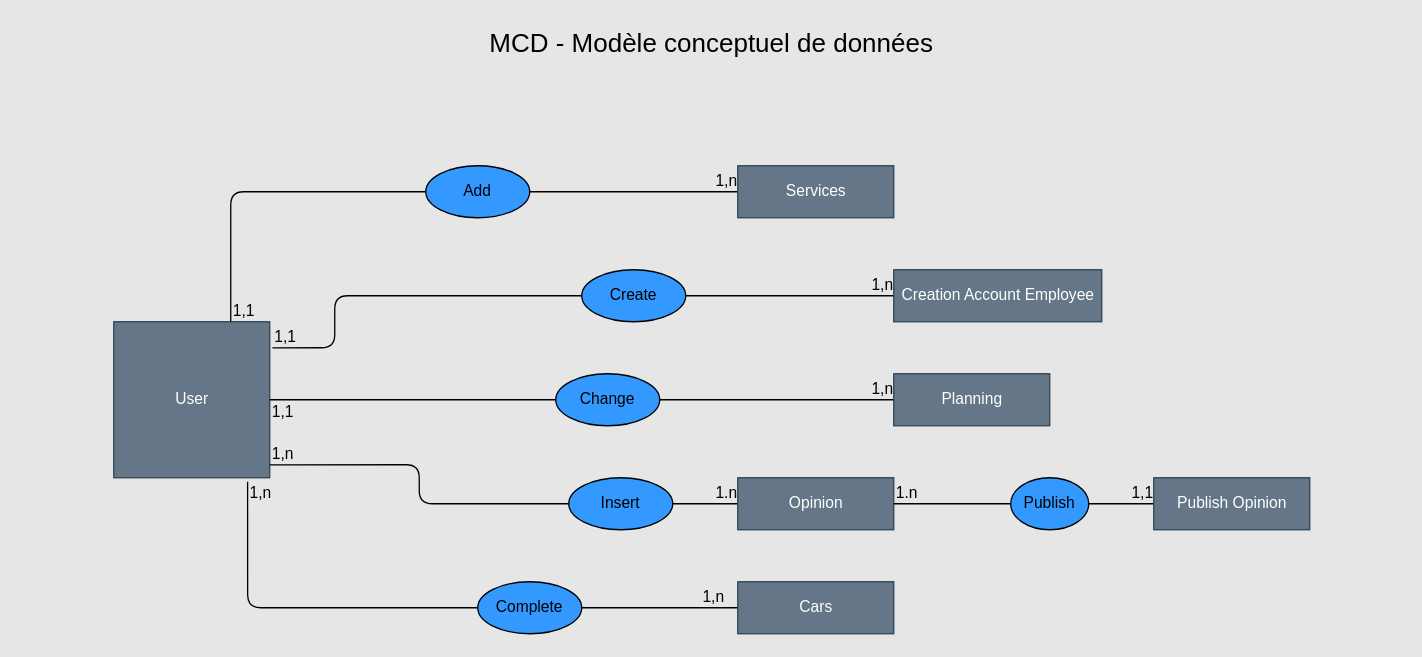
Earlier version of the draw.io diagram Diagrammes/MCD.drawio (Neeruam244/garageparrot). Source tidied: cells renumbered, new cells numbered last; positions are measured from the earlier drawing's top-left corner, leaving out a move shared by most shapes. Both pictures are drawn from the tidied source at 130%, with x=0, y=0 at pixel (22, 22).
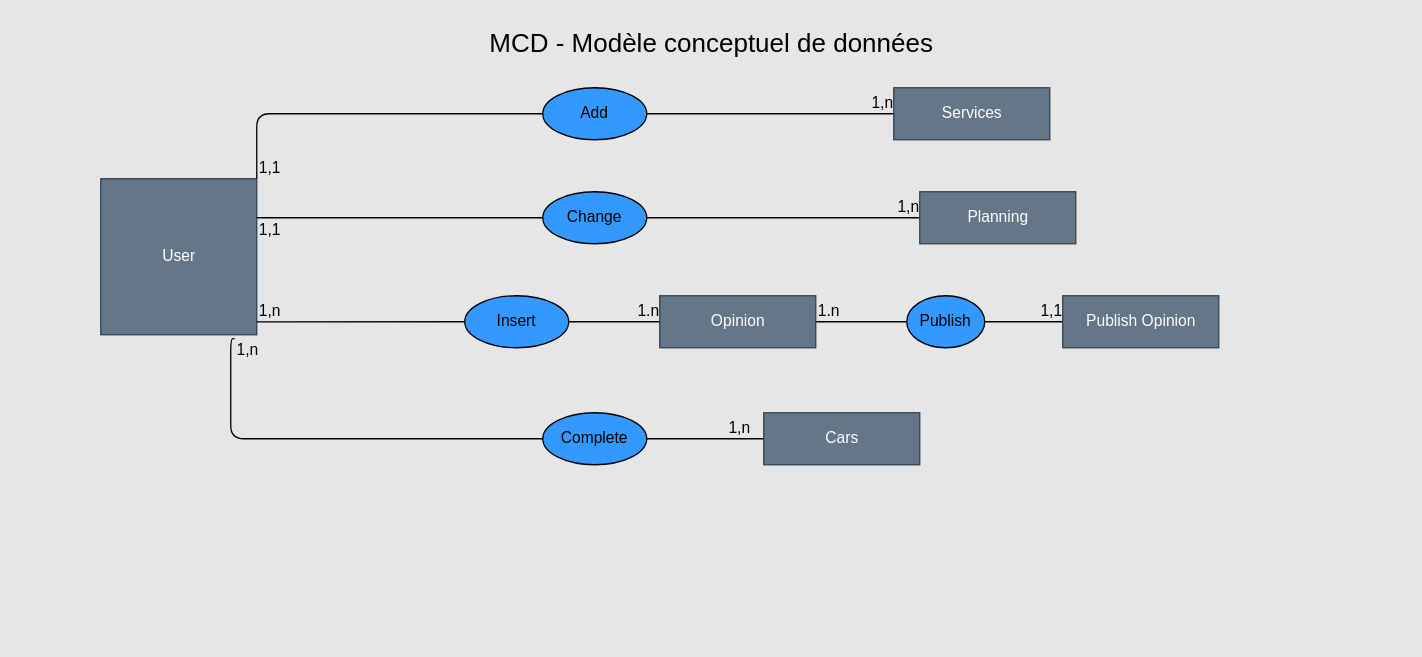
After the change.

Change to the diagram source:
```diff
@@
-    <mxCell id="7" style="endArrow=none;html=1;edgeStyle=orthogonalEdgeStyle;strokeColor=#000000;entryX=0;entryY=0.5;entryDx=0;entryDy=0;exitX=1;exitY=0.5;exitDx=0;exitDy=0;startArrow=none;" parent="1" edge="1" source="36" target="18">
-      <mxGeometry relative="1" as="geometry" />
-    </mxCell>
-    <mxCell id="8" value="1,n" style="edgeLabel;html=1;align=right;verticalAlign=bottom;labelBackgroundColor=none;fontColor=#000000;fontSize=12;" parent="7" vertex="1">
-      <mxGeometry x="1" relative="1" as="geometry" />
-    </mxCell>
@@
     <mxCell id="15" value="User" style="html=1;labelBackgroundColor=none;fontColor=#ffffff;fillColor=#647687;strokeColor=#314354;" parent="1" vertex="1">
-      <mxGeometry x="70" y="230" width="120" height="120" as="geometry" />
+      <mxGeometry x="60" y="120" width="120" height="120" as="geometry" />
     </mxCell>
     <mxCell id="16" value="Services" style="html=1;labelBackgroundColor=none;fontColor=#ffffff;fillColor=#647687;strokeColor=#314354;" parent="1" vertex="1">
-      <mxGeometry x="550" y="110" width="120" height="40" as="geometry" />
+      <mxGeometry x="670" y="50" width="120" height="40" as="geometry" />
     </mxCell>
     <mxCell id="17" value="Planning" style="html=1;labelBackgroundColor=none;fontColor=#ffffff;fillColor=#647687;strokeColor=#314354;" parent="1" vertex="1">
-      <mxGeometry x="670" y="270" width="120" height="40" as="geometry" />
+      <mxGeometry x="690" y="130" width="120" height="40" as="geometry" />
     </mxCell>
-    <mxCell id="18" value="Creation Account Employee" style="html=1;labelBackgroundColor=none;fontColor=#ffffff;fillColor=#647687;strokeColor=#314354;" parent="1" vertex="1">
-      <mxGeometry x="670" y="190" width="160" height="40" as="geometry" />
-    </mxCell>
     <mxCell id="19" value="Opinion" style="html=1;labelBackgroundColor=none;fontColor=#ffffff;fillColor=#647687;strokeColor=#314354;" parent="1" vertex="1">
-      <mxGeometry x="550" y="350" width="120" height="40" as="geometry" />
+      <mxGeometry x="490" y="210" width="120" height="40" as="geometry" />
     </mxCell>
     <mxCell id="20" value="Publish Opinion" style="html=1;labelBackgroundColor=none;fontColor=#ffffff;fillColor=#647687;strokeColor=#314354;" parent="1" vertex="1">
-      <mxGeometry x="870" y="350" width="120" height="40" as="geometry" />
+      <mxGeometry x="800" y="210" width="120" height="40" as="geometry" />
     </mxCell>
     <mxCell id="21" value="Cars" style="html=1;labelBackgroundColor=none;fontColor=#ffffff;fillColor=#647687;strokeColor=#314354;" parent="1" vertex="1">
-      <mxGeometry x="550" y="430" width="120" height="40" as="geometry" />
+      <mxGeometry x="570" y="300" width="120" height="40" as="geometry" />
     </mxCell>
-    <mxCell id="22" style="endArrow=none;html=1;edgeStyle=orthogonalEdgeStyle;strokeColor=#000000;exitX=0.75;exitY=0;exitDx=0;exitDy=0;entryX=0;entryY=0.5;entryDx=0;entryDy=0;" parent="1" edge="1" source="15" target="24">
+    <mxCell id="22" style="endArrow=none;html=1;edgeStyle=orthogonalEdgeStyle;strokeColor=#000000;entryX=0;entryY=0.5;entryDx=0;entryDy=0;exitX=1;exitY=0;exitDx=0;exitDy=0;" parent="1" edge="1" source="15" target="24">
       <mxGeometry relative="1" as="geometry">
         <Array as="points">
-          <mxPoint x="160" y="130" />
+          <mxPoint x="180" y="70" />
         </Array>
       </mxGeometry>
     </mxCell>
@@
     <mxCell id="24" value="Add" style="ellipse;whiteSpace=wrap;html=1;labelBackgroundColor=none;fontColor=#000000;fillColor=#3399FF;" parent="1" vertex="1">
-      <mxGeometry x="310" y="110" width="80" height="40" as="geometry" />
+      <mxGeometry x="400" y="50" width="80" height="40" as="geometry" />
     </mxCell>
-    <mxCell id="25" style="endArrow=none;html=1;edgeStyle=orthogonalEdgeStyle;strokeColor=#000000;entryX=0;entryY=0.5;entryDx=0;entryDy=0;exitX=1;exitY=0.5;exitDx=0;exitDy=0;" parent="1" edge="1" source="15" target="27">
+    <mxCell id="25" style="endArrow=none;html=1;edgeStyle=orthogonalEdgeStyle;strokeColor=#000000;entryX=0;entryY=0.5;entryDx=0;entryDy=0;exitX=1;exitY=0.25;exitDx=0;exitDy=0;" parent="1" edge="1" source="15" target="27">
       <mxGeometry relative="1" as="geometry" />
     </mxCell>
@@
     <mxCell id="27" value="Change" style="ellipse;whiteSpace=wrap;html=1;labelBackgroundColor=none;fontColor=#000000;fillColor=#3399FF;" parent="1" vertex="1">
-      <mxGeometry x="410" y="270" width="80" height="40" as="geometry" />
+      <mxGeometry x="400" y="130" width="80" height="40" as="geometry" />
     </mxCell>
@@
     <mxCell id="30" value="Insert" style="ellipse;whiteSpace=wrap;html=1;labelBackgroundColor=none;fontColor=#000000;fillColor=#3399FF;" parent="1" vertex="1">
-      <mxGeometry x="420" y="350" width="80" height="40" as="geometry" />
+      <mxGeometry x="340" y="210" width="80" height="40" as="geometry" />
     </mxCell>
     <mxCell id="31" style="endArrow=none;html=1;edgeStyle=orthogonalEdgeStyle;strokeColor=#000000;fontColor=#000000;exitX=0.858;exitY=1.025;exitDx=0;exitDy=0;exitPerimeter=0;entryX=0;entryY=0.5;entryDx=0;entryDy=0;" parent="1" edge="1" source="15" target="33">
       <mxGeometry relative="1" as="geometry">
         <Array as="points">
-          <mxPoint x="173" y="450" />
+          <mxPoint x="160" y="243" />
+          <mxPoint x="160" y="320" />
         </Array>
       </mxGeometry>
     </mxCell>
@@
     <mxCell id="33" value="Complete" style="ellipse;whiteSpace=wrap;html=1;labelBackgroundColor=none;fontColor=#000000;fillColor=#3399FF;" parent="1" vertex="1">
-      <mxGeometry x="350" y="430" width="80" height="40" as="geometry" />
+      <mxGeometry x="400" y="300" width="80" height="40" as="geometry" />
     </mxCell>
-    <mxCell id="34" style="endArrow=none;html=1;edgeStyle=orthogonalEdgeStyle;strokeColor=#000000;entryX=0;entryY=0.5;entryDx=0;entryDy=0;exitX=1.017;exitY=0.167;exitDx=0;exitDy=0;exitPerimeter=0;" parent="1" edge="1" source="15" target="36">
-      <mxGeometry relative="1" as="geometry">
-        <Array as="points">
-          <mxPoint x="240" y="250" />
-          <mxPoint x="240" y="210" />
-        </Array>
-      </mxGeometry>
-    </mxCell>
-    <mxCell id="35" value="1,1" style="edgeLabel;html=1;align=left;verticalAlign=bottom;labelBackgroundColor=none;fontColor=#000000;fontSize=12;" parent="34" vertex="1">
-      <mxGeometry x="-1" relative="1" as="geometry" />
-    </mxCell>
-    <mxCell id="36" value="Create" style="ellipse;whiteSpace=wrap;html=1;labelBackgroundColor=none;fontColor=#000000;fillColor=#3399FF;" parent="1" vertex="1">
-      <mxGeometry x="430" y="190" width="80" height="40" as="geometry" />
-    </mxCell>
@@
     <mxCell id="39" value="Publish" style="ellipse;whiteSpace=wrap;html=1;labelBackgroundColor=none;fontColor=#000000;fillColor=#3399FF;" parent="1" vertex="1">
-      <mxGeometry x="760" y="350" width="60" height="40" as="geometry" />
+      <mxGeometry x="680" y="210" width="60" height="40" as="geometry" />
     </mxCell>
```
